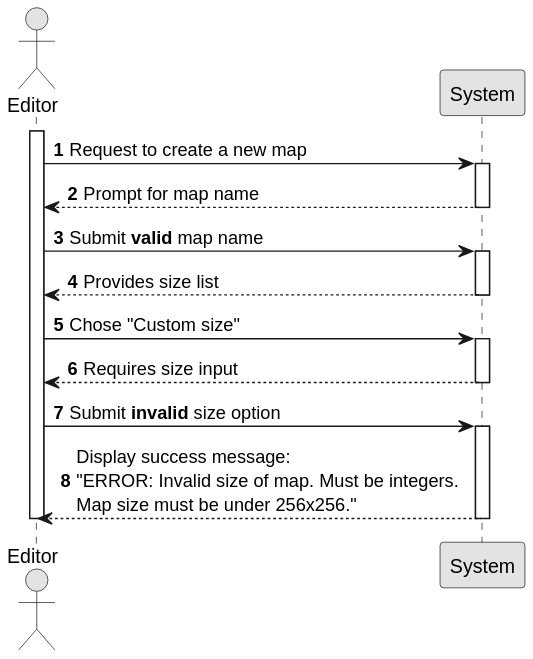
This is docs/sprint3/us001/01.requirements-engineering/svg/us001-system-sequence-diagram-invalid-size.svg from ivasduarte/all-aboard, a PlantUML export, as it was before one commit. Its diagram source:
```plantuml
@startuml
skinparam monochrome true
skinparam packageStyle rectangle
skinparam shadowing false

autonumber

actor "Editor" as Editor
participant "System" as System

activate Editor

    Editor -> System : Request to create a new map
    activate System

    System --> Editor : Prompt for map name
    deactivate System

    Editor -> System : Submit **valid** map name
    activate System

    System --> Editor: Provides size list
    deactivate System

    Editor -> System: Chose "Custom size"
    activate System

    System --> Editor: Requires size input
    deactivate System

    Editor -> System: Submit **invalid** size option
    activate System

    System --> Editor: Display success message:\n"ERROR: Invalid size of map. Must be integers.\nMap size must be under 256x256."

    deactivate System
    deactivate Editor
@enduml
```
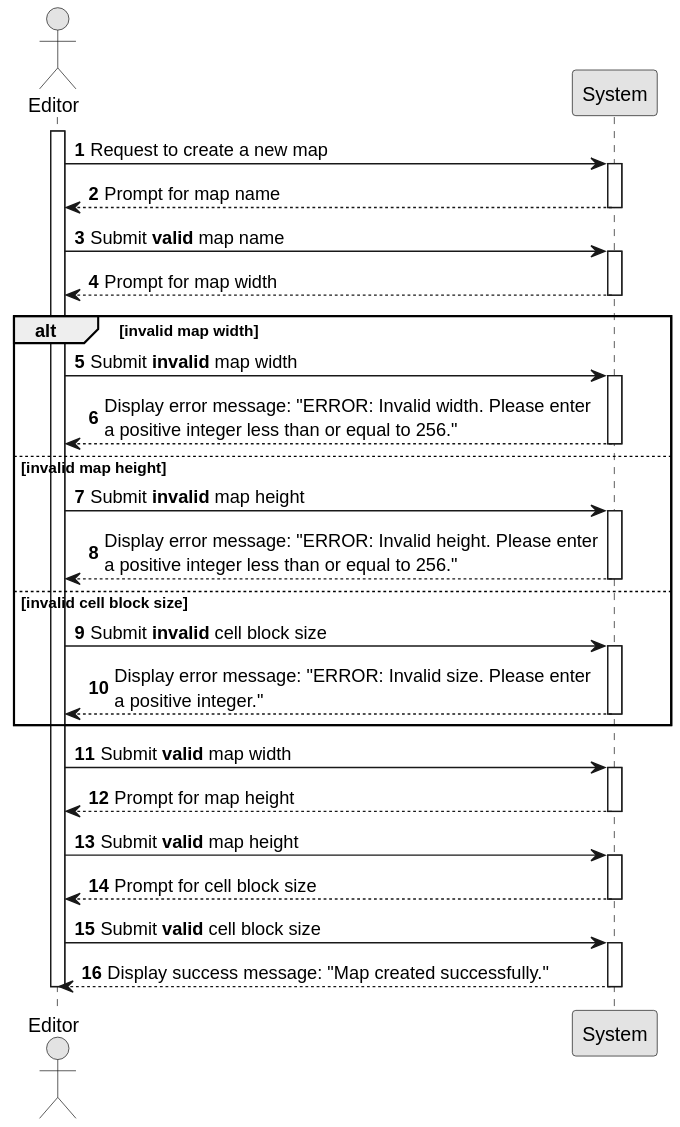
Above is the later version.

Change to the diagram source:
```diff
@@ -16,22 +16,48 @@
     System --> Editor : Prompt for map name
     deactivate System
 
-    Editor -> System : Submit **valid** map name
-    activate System
+     Editor -> System : Submit **valid** map name
+        activate System
 
-    System --> Editor: Provides size list
-    deactivate System
+        System --> Editor: Prompt for map width
+        deactivate System
 
-    Editor -> System: Chose "Custom size"
-    activate System
+        alt invalid map width
+            Editor -> System: Submit **invalid** map width
+            activate System
 
-    System --> Editor: Requires size input
-    deactivate System
+            System --> Editor: Display error message: "ERROR: Invalid width. Please enter\na positive integer less than or equal to 256."
+            deactivate System
+        else invalid map height
+            Editor -> System: Submit **invalid** map height
+            activate System
 
-    Editor -> System: Submit **invalid** size option
-    activate System
+            System --> Editor: Display error message: "ERROR: Invalid height. Please enter\na positive integer less than or equal to 256."
+            deactivate System
+        else invalid cell block size
+            Editor -> System: Submit **invalid** cell block size
+            activate System
 
-    System --> Editor: Display success message:\n"ERROR: Invalid size of map. Must be integers.\nMap size must be under 256x256."
+            System --> Editor: Display error message: "ERROR: Invalid size. Please enter\na positive integer."
+            deactivate System
+        end
+
+        Editor -> System: Submit **valid** map width
+        activate System
+
+        System --> Editor: Prompt for map height
+        deactivate System
+
+        Editor -> System: Submit **valid** map height
+        activate System
+
+        System --> Editor: Prompt for cell block size
+        deactivate System
+
+        Editor -> System: Submit **valid** cell block size
+        activate System
+
+        System --> Editor: Display success message: "Map created successfully."
 
     deactivate System
     deactivate Editor
```
